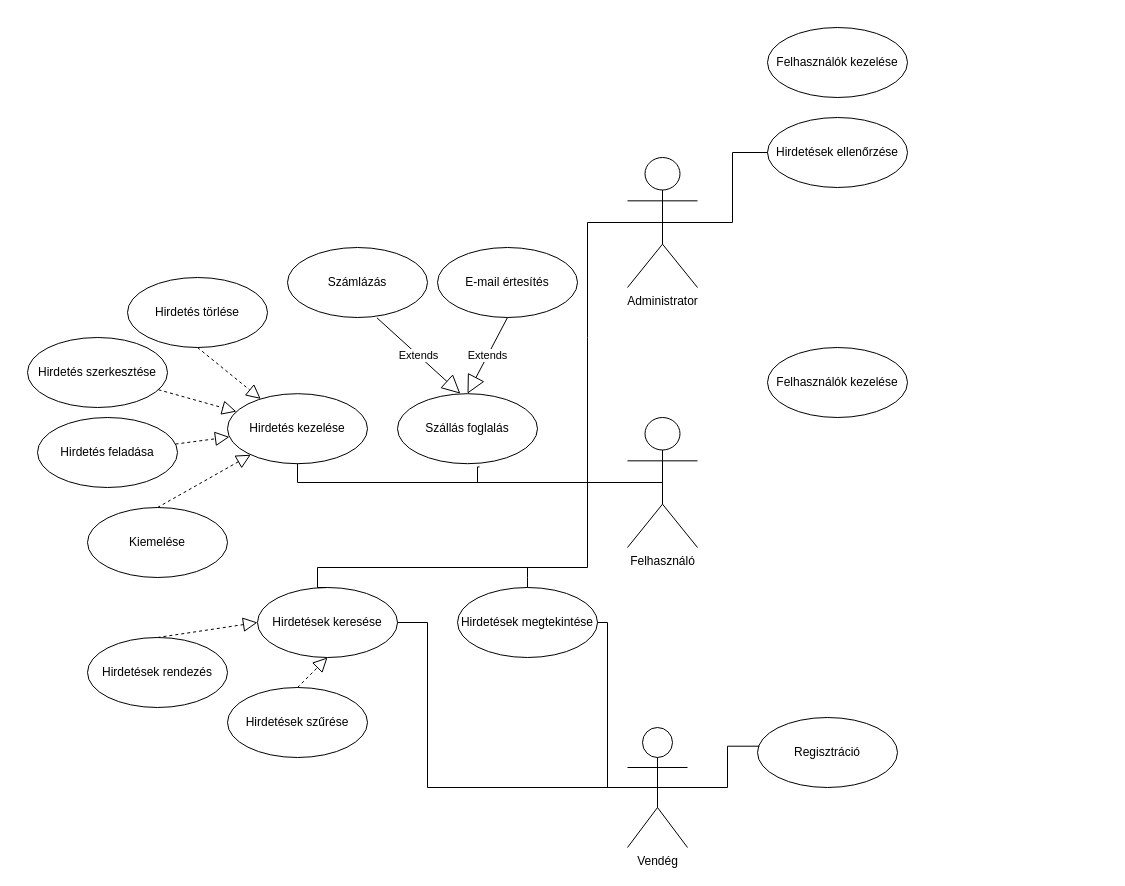
kocsist-git/UML keeps this draw.io diagram as accommodation.drawio. Above is the earlier version. Source tidied: cells renumbered, new cells numbered last; positions are measured from the earlier drawing's top-left corner, leaving out a move shared by most shapes. Both pictures are drawn from the tidied source at 100%, with x=0, y=0 at pixel (27, 27).
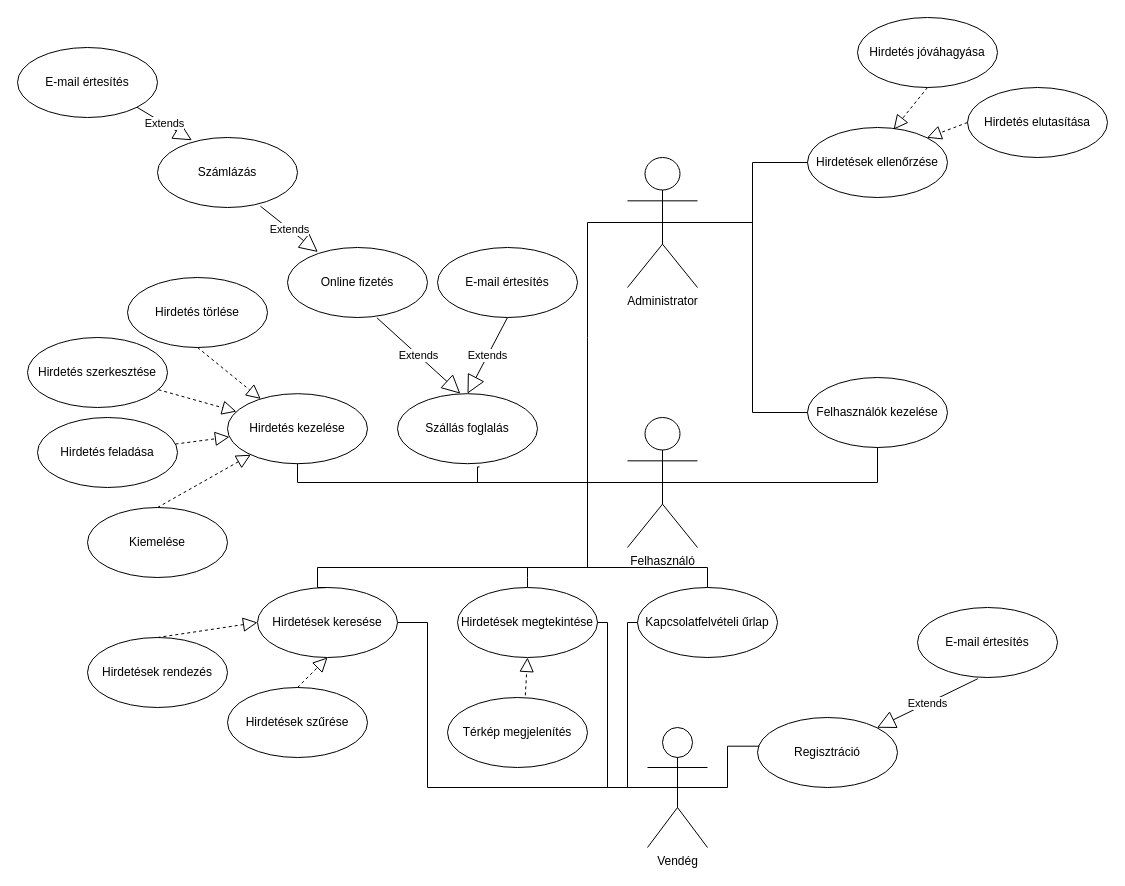
The same page after the edit.

Unchanged cells that the change refers to:
```xml
<mxCell id="2" value="Felhasználó&lt;br&gt;" style="shape=umlActor;verticalLabelPosition=bottom;verticalAlign=top;html=1;" parent="1" vertex="1">
  <mxGeometry x="600" y="390" width="70" height="130" as="geometry" />
</mxCell>
<mxCell id="4" value="Administrator" style="shape=umlActor;verticalLabelPosition=bottom;verticalAlign=top;html=1;" parent="1" vertex="1">
  <mxGeometry x="600" y="130" width="70" height="130" as="geometry" />
</mxCell>
<mxCell id="18" value="Regisztráció" style="ellipse;whiteSpace=wrap;html=1;" parent="1" vertex="1">
  <mxGeometry x="730" y="690" width="140" height="70" as="geometry" />
</mxCell>
<mxCell id="20" value="Hirdetések megtekintése" style="ellipse;whiteSpace=wrap;html=1;" parent="1" vertex="1">
  <mxGeometry x="430" y="560" width="140" height="70" as="geometry" />
</mxCell>
```

What changed in the source:
```diff
@@
     <mxCell id="3" value="Felhasználók kezelése" style="ellipse;whiteSpace=wrap;html=1;" parent="1" vertex="1">
-      <mxGeometry x="740" width="140" height="70" as="geometry" />
+      <mxGeometry x="780" y="350" width="140" height="70" as="geometry" />
     </mxCell>
@@
     <mxCell id="5" value="Hirdetések ellenőrzése" style="ellipse;whiteSpace=wrap;html=1;" parent="1" vertex="1">
-      <mxGeometry x="740" y="90" width="140" height="70" as="geometry" />
+      <mxGeometry x="780" y="100" width="140" height="70" as="geometry" />
     </mxCell>
@@
     <mxCell id="17" value="Vendég&lt;br&gt;" style="shape=umlActor;verticalLabelPosition=bottom;verticalAlign=top;html=1;" parent="1" vertex="1">
-      <mxGeometry x="600" y="700" width="60" height="120" as="geometry" />
+      <mxGeometry x="620" y="700" width="60" height="120" as="geometry" />
     </mxCell>
@@
-    <mxCell id="35" value="Számlázás" style="ellipse;whiteSpace=wrap;html=1;" parent="1" vertex="1">
+    <mxCell id="35" value="Online fizetés" style="ellipse;whiteSpace=wrap;html=1;" parent="1" vertex="1">
       <mxGeometry x="260" y="220" width="140" height="70" as="geometry" />
     </mxCell>
@@
-    <mxCell id="37" value="Felhasználók kezelése" style="ellipse;whiteSpace=wrap;html=1;" parent="1" vertex="1">
-      <mxGeometry x="740" y="320" width="140" height="70" as="geometry" />
-    </mxCell>
+    <mxCell id="38" style="endArrow=none;html=1;edgeStyle=orthogonalEdgeStyle;rounded=0;exitX=0.5;exitY=0.5;exitDx=0;exitDy=0;exitPerimeter=0;entryX=0;entryY=0.5;entryDx=0;entryDy=0;" parent="1" edge="1" source="4" target="3">
+      <mxGeometry relative="1" as="geometry" />
+    </mxCell>
+    <mxCell id="39" style="endArrow=none;html=1;edgeStyle=orthogonalEdgeStyle;rounded=0;exitX=0.5;exitY=0.5;exitDx=0;exitDy=0;exitPerimeter=0;entryX=0.5;entryY=1;entryDx=0;entryDy=0;" parent="1" edge="1" source="2" target="3">
+      <mxGeometry relative="1" as="geometry" />
+    </mxCell>
+    <mxCell id="40" value="E-mail értesítés" style="ellipse;whiteSpace=wrap;html=1;" parent="1" vertex="1">
+      <mxGeometry x="890" y="580" width="140" height="70" as="geometry" />
+    </mxCell>
+    <mxCell id="41" value="Extends" style="endArrow=block;endSize=16;endFill=0;html=1;rounded=0;entryX=1;entryY=0;entryDx=0;entryDy=0;exitX=0.431;exitY=1.017;exitDx=0;exitDy=0;exitPerimeter=0;" parent="1" edge="1" source="40" target="18">
+      <mxGeometry relative="1" as="geometry" />
+    </mxCell>
+    <mxCell id="42" value="Hirdetés jóváhagyása" style="ellipse;whiteSpace=wrap;html=1;" parent="1" vertex="1">
+      <mxGeometry x="830" y="-10" width="140" height="70" as="geometry" />
+    </mxCell>
+    <mxCell id="43" value="Hirdetés elutasítása" style="ellipse;whiteSpace=wrap;html=1;" parent="1" vertex="1">
+      <mxGeometry x="940" y="60" width="140" height="70" as="geometry" />
+    </mxCell>
+    <mxCell id="44" style="endArrow=block;dashed=1;endFill=0;endSize=12;html=1;rounded=0;exitX=0.5;exitY=1;exitDx=0;exitDy=0;entryX=0.615;entryY=0.029;entryDx=0;entryDy=0;entryPerimeter=0;" parent="1" edge="1" source="42" target="5">
+      <mxGeometry relative="1" as="geometry" />
+    </mxCell>
+    <mxCell id="45" style="endArrow=block;dashed=1;endFill=0;endSize=12;html=1;rounded=0;exitX=0;exitY=0.5;exitDx=0;exitDy=0;entryX=1;entryY=0;entryDx=0;entryDy=0;" parent="1" edge="1" source="43" target="5">
+      <mxGeometry relative="1" as="geometry" />
+    </mxCell>
+    <mxCell id="46" value="Számlázás" style="ellipse;whiteSpace=wrap;html=1;" parent="1" vertex="1">
+      <mxGeometry x="130" y="110" width="140" height="70" as="geometry" />
+    </mxCell>
+    <mxCell id="47" value="Extends" style="endArrow=block;endSize=16;endFill=0;html=1;rounded=0;entryX=0.217;entryY=0.064;entryDx=0;entryDy=0;exitX=0.735;exitY=0.981;exitDx=0;exitDy=0;exitPerimeter=0;entryPerimeter=0;" parent="1" edge="1" source="46" target="35">
+      <mxGeometry relative="1" as="geometry" />
+    </mxCell>
+    <mxCell id="48" value="E-mail értesítés" style="ellipse;whiteSpace=wrap;html=1;" parent="1" vertex="1">
+      <mxGeometry x="-10" y="20" width="140" height="70" as="geometry" />
+    </mxCell>
+    <mxCell id="49" value="Extends" style="endArrow=block;endSize=16;endFill=0;html=1;rounded=0;entryX=0.246;entryY=0.04;entryDx=0;entryDy=0;exitX=1;exitY=1;exitDx=0;exitDy=0;entryPerimeter=0;" parent="1" edge="1" source="48" target="46">
+      <mxGeometry relative="1" as="geometry" />
+    </mxCell>
+    <mxCell id="50" value="Térkép megjelenítés" style="ellipse;whiteSpace=wrap;html=1;" parent="1" vertex="1">
+      <mxGeometry x="420" y="670" width="140" height="70" as="geometry" />
+    </mxCell>
+    <mxCell id="51" style="endArrow=block;dashed=1;endFill=0;endSize=12;html=1;rounded=0;exitX=0.556;exitY=-0.031;exitDx=0;exitDy=0;entryX=0.5;entryY=1;entryDx=0;entryDy=0;exitPerimeter=0;" parent="1" edge="1" source="50" target="20">
+      <mxGeometry relative="1" as="geometry" />
+    </mxCell>
+    <mxCell id="52" value="Kapcsolatfelvételi űrlap" style="ellipse;whiteSpace=wrap;html=1;" parent="1" vertex="1">
+      <mxGeometry x="610" y="560" width="140" height="70" as="geometry" />
+    </mxCell>
+    <mxCell id="53" style="endArrow=none;html=1;edgeStyle=orthogonalEdgeStyle;rounded=0;exitX=0;exitY=0.5;exitDx=0;exitDy=0;" parent="1" edge="1" source="52">
+      <mxGeometry relative="1" as="geometry">
+        <mxPoint x="630" y="760" as="targetPoint" />
+        <Array as="points">
+          <mxPoint x="600" y="595" />
+          <mxPoint x="600" y="760" />
+        </Array>
+      </mxGeometry>
+    </mxCell>
+    <mxCell id="54" style="endArrow=none;html=1;edgeStyle=orthogonalEdgeStyle;rounded=0;exitX=0.5;exitY=0.5;exitDx=0;exitDy=0;entryX=0.5;entryY=0;entryDx=0;entryDy=0;exitPerimeter=0;" parent="1" edge="1" source="2" target="52">
+      <mxGeometry relative="1" as="geometry">
+        <Array as="points">
+          <mxPoint x="560" y="455" />
+          <mxPoint x="560" y="540" />
+          <mxPoint x="680" y="540" />
+        </Array>
+      </mxGeometry>
+    </mxCell>
```
